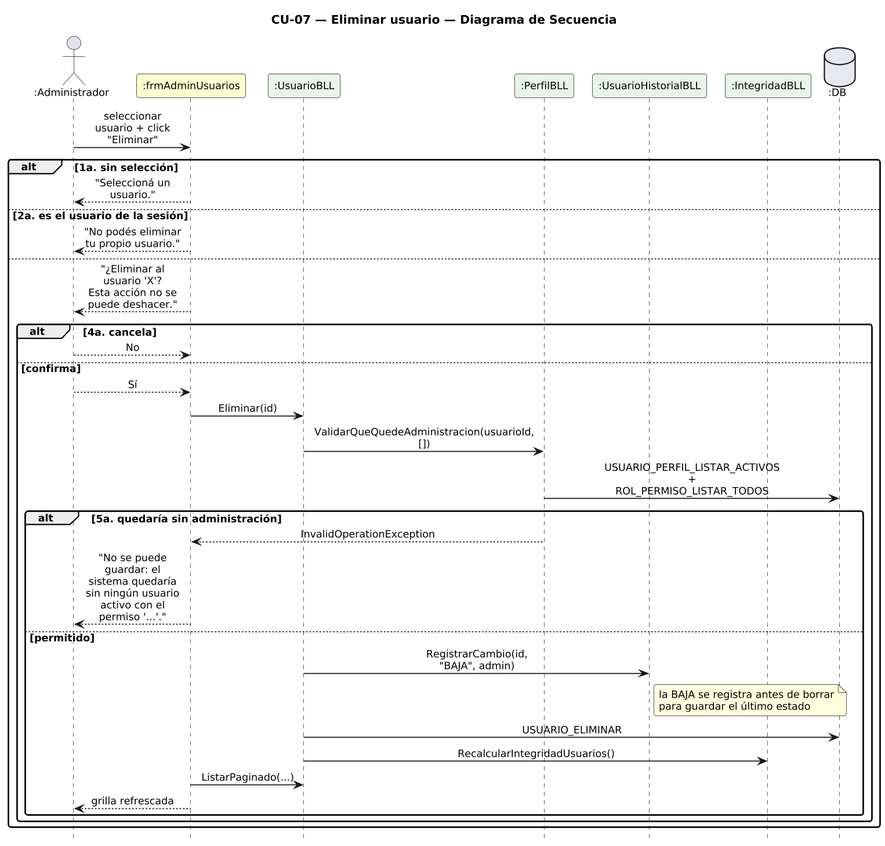
The PlantUML diagram DIAGRAMAS/DiagramaSecuencia_CU07_EliminarUsuario.png in Urrels/ingenieria_software, before a commit.
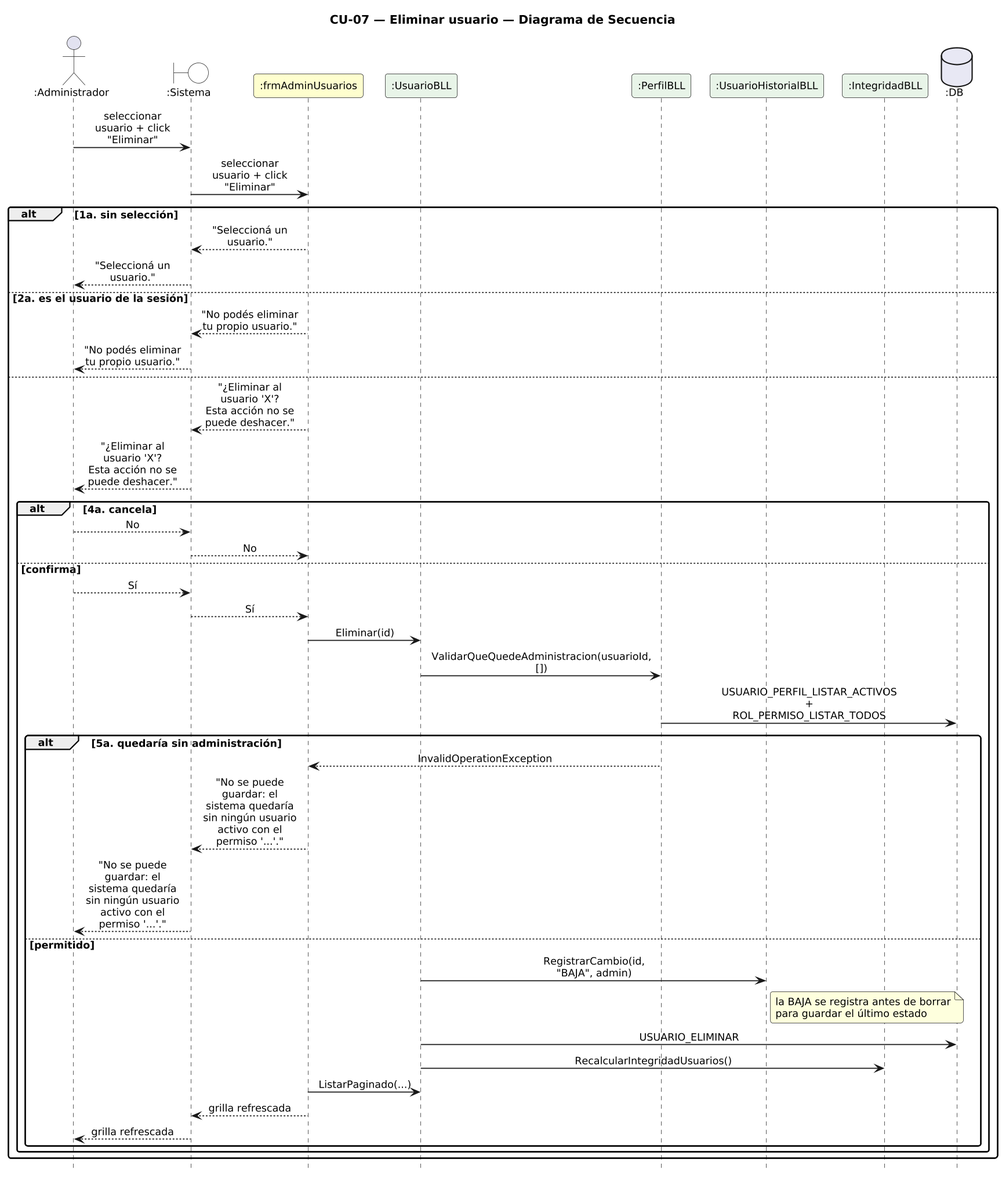
Above is the later version.

The edit, as a diff of the source:
```diff
@@ -14,6 +14,7 @@
 hide footbox
 
 actor ":Administrador" as A
+boundary ":Sistema" as SYS #FFFFFF
 participant ":frmAdminUsuarios" as F #FEFECE
 participant ":UsuarioBLL" as B #E8F4E8
 participant ":PerfilBLL" as PB #E8F4E8
@@ -21,30 +22,38 @@
 participant ":IntegridadBLL" as I #E8F4E8
 database ":DB" as DB #E8E8F4
 
-A -> F : seleccionar usuario + click "Eliminar"
+A -> SYS : seleccionar usuario + click "Eliminar"
+SYS -> F : seleccionar usuario + click "Eliminar"
 alt 1a. sin selección
-  F --> A : "Seleccioná un usuario."
+  F --> SYS : "Seleccioná un usuario."
+  SYS --> A : "Seleccioná un usuario."
 else 2a. es el usuario de la sesión
-  F --> A : "No podés eliminar tu propio usuario."
+  F --> SYS : "No podés eliminar tu propio usuario."
+  SYS --> A : "No podés eliminar tu propio usuario."
 else
-  F --> A : "¿Eliminar al usuario 'X'?\nEsta acción no se puede deshacer."
+  F --> SYS : "¿Eliminar al usuario 'X'?\nEsta acción no se puede deshacer."
+  SYS --> A : "¿Eliminar al usuario 'X'?\nEsta acción no se puede deshacer."
   alt 4a. cancela
-    A --> F : No
+    A --> SYS : No
+    SYS --> F : No
   else confirma
-    A --> F : Sí
+    A --> SYS : Sí
+    SYS --> F : Sí
     F -> B : Eliminar(id)
     B -> PB : ValidarQueQuedeAdministracion(usuarioId, [])
     PB -> DB : USUARIO_PERFIL_LISTAR_ACTIVOS\n+ ROL_PERMISO_LISTAR_TODOS
     alt 5a. quedaría sin administración
       PB --> F : InvalidOperationException
-      F --> A : "No se puede guardar: el sistema quedaría\nsin ningún usuario activo con el permiso '...'."
+      F --> SYS : "No se puede guardar: el sistema quedaría\nsin ningún usuario activo con el permiso '...'."
+      SYS --> A : "No se puede guardar: el sistema quedaría\nsin ningún usuario activo con el permiso '...'."
     else permitido
       B -> HB : RegistrarCambio(id, "BAJA", admin)
       note right of HB : la BAJA se registra antes de borrar\npara guardar el último estado
       B -> DB : USUARIO_ELIMINAR
       B -> I : RecalcularIntegridadUsuarios()
       F -> B : ListarPaginado(...)
-      F --> A : grilla refrescada
+      F --> SYS : grilla refrescada
+      SYS --> A : grilla refrescada
     end
   end
 end
```
